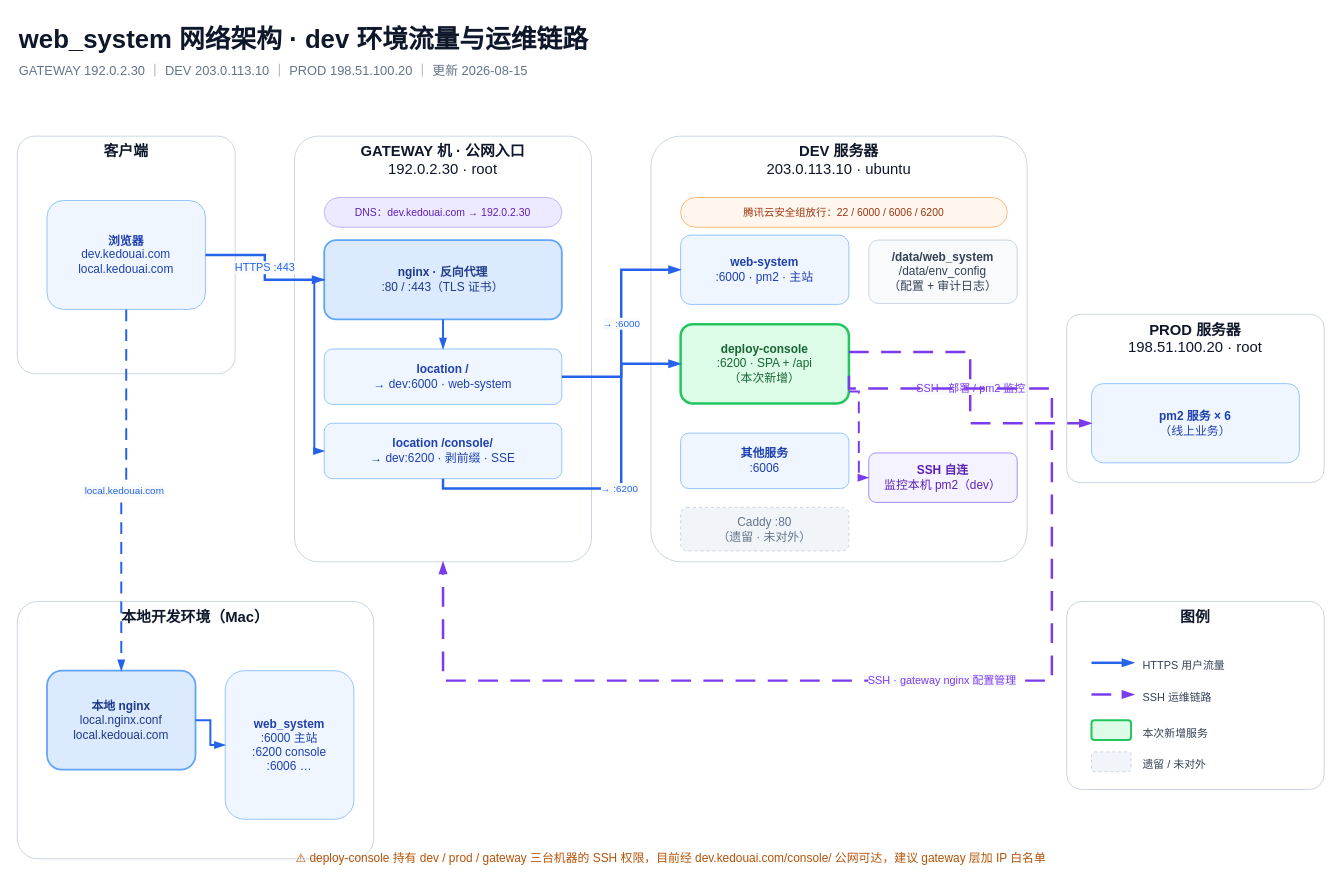
Above: docs/architecture/kedou-network-architecture.drawio in web5/web_system (draw.io), before the change. Source tidied: cells renumbered, new cells numbered last; positions are measured from the earlier drawing's top-left corner, leaving out a move shared by most shapes. Both pictures are drawn from the tidied source at 99%, with x=0, y=0 at pixel (17, 17).
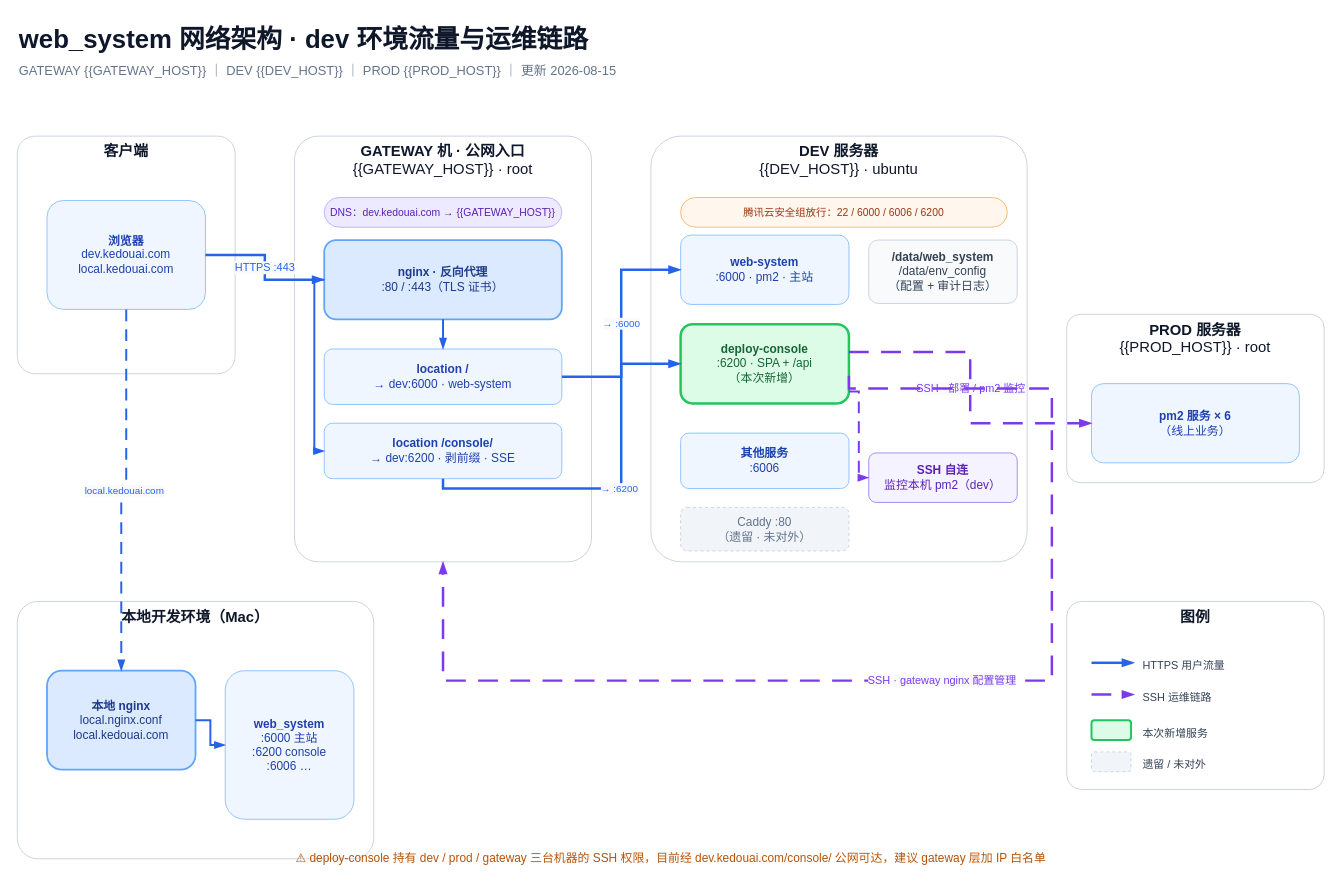
The same diagram, later.

Diff of the diagram source:
```diff
@@
-    <mxCell id="3" value="GATEWAY 192.0.2.30 ｜ DEV 203.0.113.10 ｜ PROD 198.51.100.20 ｜ 更新 2026-08-15" style="text;html=1;fontSize=13;fontColor=#64748B;" parent="1" vertex="1">
+    <mxCell id="3" value="GATEWAY {{GATEWAY_HOST}} ｜ DEV {{DEV_HOST}} ｜ PROD {{PROD_HOST}} ｜ 更新 2026-08-15" style="text;html=1;fontSize=13;fontColor=#64748B;" parent="1" vertex="1">
       <mxGeometry y="40" width="800" height="24" as="geometry" />
     </mxCell>
@@
-    <mxCell id="6" value="&lt;b&gt;GATEWAY 机 · 公网入口&lt;/b&gt;&lt;br&gt;192.0.2.30 · root" style="rounded=1;whiteSpace=wrap;html=1;fillColor=#FFFFFF;strokeColor=#CBD5E1;verticalAlign=top;fontSize=15;fontColor=#0F172A;arcSize=8;" parent="1" vertex="1">
+    <mxCell id="6" value="&lt;b&gt;GATEWAY 机 · 公网入口&lt;/b&gt;&lt;br&gt;{{GATEWAY_HOST}} · root" style="rounded=1;whiteSpace=wrap;html=1;fillColor=#FFFFFF;strokeColor=#CBD5E1;verticalAlign=top;fontSize=15;fontColor=#0F172A;arcSize=8;" parent="1" vertex="1">
       <mxGeometry x="280" y="120" width="300" height="430" as="geometry" />
     </mxCell>
-    <mxCell id="7" value="DNS：dev.kedouai.com → 192.0.2.30" style="rounded=1;whiteSpace=wrap;html=1;fillColor=#EDE9FE;strokeColor=#C4B5FD;fontColor=#5B21B6;fontSize=10.5;arcSize=50;" parent="1" vertex="1">
+    <mxCell id="7" value="DNS：dev.kedouai.com → {{GATEWAY_HOST}}" style="rounded=1;whiteSpace=wrap;html=1;fillColor=#EDE9FE;strokeColor=#C4B5FD;fontColor=#5B21B6;fontSize=10.5;arcSize=50;" parent="1" vertex="1">
       <mxGeometry x="310" y="182" width="240" height="30" as="geometry" />
     </mxCell>
@@
-    <mxCell id="13" value="&lt;b&gt;DEV 服务器&lt;/b&gt;&lt;br&gt;203.0.113.10 · ubuntu" style="rounded=1;whiteSpace=wrap;html=1;fillColor=#FFFFFF;strokeColor=#CBD5E1;verticalAlign=top;fontSize=15;fontColor=#0F172A;arcSize=8;" parent="1" vertex="1">
+    <mxCell id="13" value="&lt;b&gt;DEV 服务器&lt;/b&gt;&lt;br&gt;{{DEV_HOST}} · ubuntu" style="rounded=1;whiteSpace=wrap;html=1;fillColor=#FFFFFF;strokeColor=#CBD5E1;verticalAlign=top;fontSize=15;fontColor=#0F172A;arcSize=8;" parent="1" vertex="1">
       <mxGeometry x="640" y="120" width="380" height="430" as="geometry" />
     </mxCell>
@@
-    <mxCell id="21" value="&lt;b&gt;PROD 服务器&lt;/b&gt;&lt;br&gt;198.51.100.20 · root" style="rounded=1;whiteSpace=wrap;html=1;fillColor=#FFFFFF;strokeColor=#CBD5E1;verticalAlign=top;fontSize=15;fontColor=#0F172A;arcSize=8;" parent="1" vertex="1">
+    <mxCell id="21" value="&lt;b&gt;PROD 服务器&lt;/b&gt;&lt;br&gt;{{PROD_HOST}} · root" style="rounded=1;whiteSpace=wrap;html=1;fillColor=#FFFFFF;strokeColor=#CBD5E1;verticalAlign=top;fontSize=15;fontColor=#0F172A;arcSize=8;" parent="1" vertex="1">
       <mxGeometry x="1060" y="300" width="260" height="170" as="geometry" />
     </mxCell>
```
